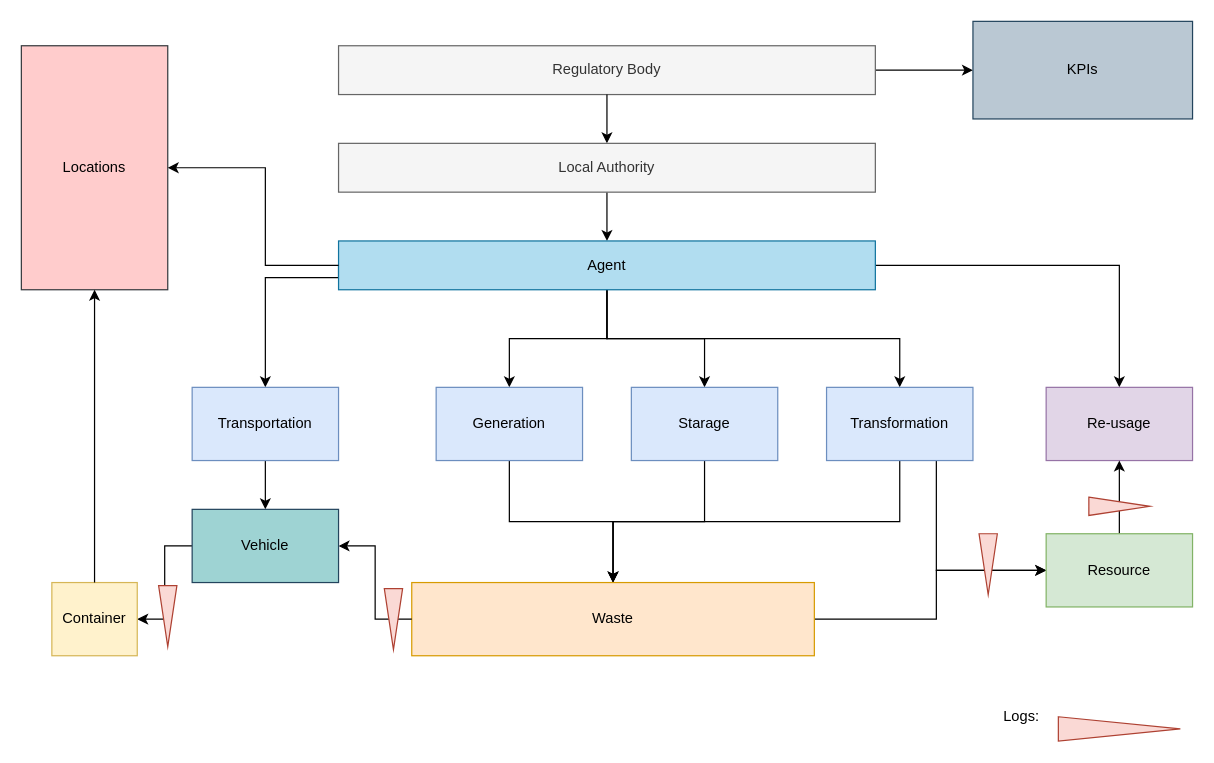
Urban-JonathanCohen/GeneralWasteDataModel keeps this draw.io diagram as TopLevelModel/General.drawio. Above is the earlier version. Source tidied: cells renumbered, new cells numbered last; positions are measured from the earlier drawing's top-left corner, leaving out a move shared by most shapes. Both pictures are drawn from the tidied source at 122%, with x=0, y=0 at pixel (21, 21).
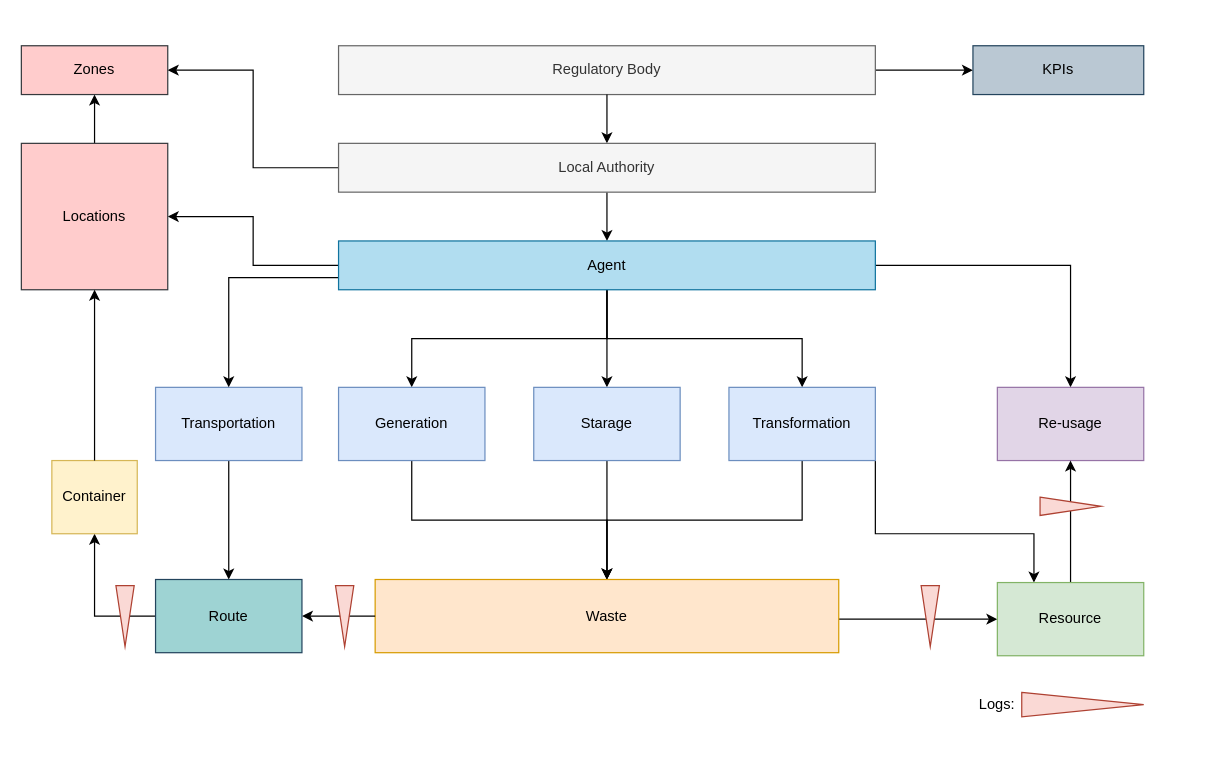
The same diagram, later.

The change refers to these unchanged cells:
```xml
<mxCell id="14" value="Local Authority" style="rounded=0;whiteSpace=wrap;html=1;fillColor=#f5f5f5;strokeColor=#666666;fontColor=#333333;" parent="1" vertex="1">
  <mxGeometry x="260" y="100" width="440" height="40" as="geometry" />
</mxCell>
<mxCell id="30" value="Agent" style="rounded=0;whiteSpace=wrap;html=1;fillColor=#b1ddf0;strokeColor=#10739e;" parent="1" vertex="1">
  <mxGeometry x="260" y="180" width="440" height="40" as="geometry" />
</mxCell>
```

Change to the diagram source:
```diff
@@
     <mxCell id="4" value="KPIs" style="rounded=0;whiteSpace=wrap;html=1;fillColor=#bac8d3;strokeColor=#23445d;" parent="1" vertex="1">
-      <mxGeometry x="780" width="180" height="80" as="geometry" />
+      <mxGeometry x="780" y="20" width="140" height="40" as="geometry" />
     </mxCell>
-    <mxCell id="5" style="edgeStyle=orthogonalEdgeStyle;rounded=0;jettySize=auto;html=1;entryX=0.5;entryY=0;entryDx=0;entryDy=0;exitX=0;exitY=0.5;exitDx=0;exitDy=0;" parent="1" edge="1" source="30" target="7">
-      <mxGeometry relative="1" as="geometry">
-        <Array as="points">
-          <mxPoint x="260" y="210" />
-          <mxPoint x="200" y="210" />
-        </Array>
-      </mxGeometry>
-    </mxCell>
@@
     <mxCell id="7" value="Transportation" style="rounded=0;whiteSpace=wrap;html=1;fillColor=#dae8fc;strokeColor=#6c8ebf;" parent="1" vertex="1">
-      <mxGeometry x="140" y="300" width="120" height="60" as="geometry" />
+      <mxGeometry x="110" y="300" width="120" height="60" as="geometry" />
     </mxCell>
@@
+    <mxCell id="41" style="edgeStyle=orthogonalEdgeStyle;rounded=0;jettySize=auto;html=1;entryX=1;entryY=0.5;entryDx=0;entryDy=0;" parent="1" edge="1" source="14" target="43">
+      <mxGeometry relative="1" as="geometry" />
+    </mxCell>
@@
+    <mxCell id="16" style="edgeStyle=orthogonalEdgeStyle;rounded=0;jettySize=auto;html=1;entryX=0.25;entryY=0;entryDx=0;entryDy=0;" parent="1" edge="1" source="17" target="27">
+      <mxGeometry relative="1" as="geometry">
+        <Array as="points">
+          <mxPoint x="700" y="420" />
+          <mxPoint x="830" y="420" />
+        </Array>
+      </mxGeometry>
+    </mxCell>
     <mxCell id="15" style="edgeStyle=orthogonalEdgeStyle;rounded=0;jettySize=auto;html=1;entryX=0.5;entryY=0;entryDx=0;entryDy=0;" parent="1" edge="1" source="17" target="25">
-      <mxGeometry relative="1" as="geometry">
-        <Array as="points">
-          <mxPoint x="720" y="410" />
-          <mxPoint x="485" y="410" />
-        </Array>
-      </mxGeometry>
+      <mxGeometry relative="1" as="geometry" />
     </mxCell>
-    <mxCell id="16" style="edgeStyle=orthogonalEdgeStyle;rounded=0;jettySize=auto;html=1;entryX=0;entryY=0.5;entryDx=0;entryDy=0;" parent="1" edge="1" source="17" target="27">
-      <mxGeometry relative="1" as="geometry">
-        <Array as="points">
-          <mxPoint x="750" y="450" />
-        </Array>
-      </mxGeometry>
-    </mxCell>
     <mxCell id="17" value="Transformation" style="rounded=0;whiteSpace=wrap;html=1;fillColor=#dae8fc;strokeColor=#6c8ebf;" parent="1" vertex="1">
-      <mxGeometry x="660" y="300" width="120" height="60" as="geometry" />
+      <mxGeometry x="580" y="300" width="120" height="60" as="geometry" />
     </mxCell>
-    <mxCell id="18" style="edgeStyle=orthogonalEdgeStyle;rounded=0;jettySize=auto;html=1;exitX=0.5;exitY=1;exitDx=0;exitDy=0;entryX=0.5;entryY=0;entryDx=0;entryDy=0;" parent="1" edge="1" source="19" target="25">
+    <mxCell id="18" style="edgeStyle=orthogonalEdgeStyle;rounded=0;jettySize=auto;html=1;entryX=0.5;entryY=0;entryDx=0;entryDy=0;" parent="1" edge="1" source="19" target="25">
       <mxGeometry relative="1" as="geometry" />
     </mxCell>
     <mxCell id="19" value="Starage" style="rounded=0;whiteSpace=wrap;html=1;fillColor=#dae8fc;strokeColor=#6c8ebf;" parent="1" vertex="1">
-      <mxGeometry x="500" y="300" width="120" height="60" as="geometry" />
+      <mxGeometry x="420" y="300" width="120" height="60" as="geometry" />
     </mxCell>
-    <mxCell id="20" style="edgeStyle=orthogonalEdgeStyle;rounded=0;jettySize=auto;html=1;exitX=0.5;exitY=1;exitDx=0;exitDy=0;entryX=0.5;entryY=0;entryDx=0;entryDy=0;" parent="1" edge="1" source="21" target="25">
+    <mxCell id="20" style="edgeStyle=orthogonalEdgeStyle;rounded=0;jettySize=auto;html=1;entryX=0.5;entryY=0;entryDx=0;entryDy=0;" parent="1" edge="1" source="21" target="25">
       <mxGeometry relative="1" as="geometry" />
     </mxCell>
     <mxCell id="21" value="Generation" style="rounded=0;whiteSpace=wrap;html=1;fillColor=#dae8fc;strokeColor=#6c8ebf;" parent="1" vertex="1">
-      <mxGeometry x="340" y="300" width="120" height="60" as="geometry" />
+      <mxGeometry x="260" y="300" width="120" height="60" as="geometry" />
     </mxCell>
     <mxCell id="22" value="Re-usage" style="rounded=0;whiteSpace=wrap;html=1;fillColor=#e1d5e7;strokeColor=#9673a6;" parent="1" vertex="1">
-      <mxGeometry x="840" y="300" width="120" height="60" as="geometry" />
+      <mxGeometry x="800" y="300" width="120" height="60" as="geometry" />
     </mxCell>
     <mxCell id="23" style="edgeStyle=orthogonalEdgeStyle;rounded=0;jettySize=auto;html=1;entryX=0;entryY=0.5;entryDx=0;entryDy=0;" parent="1" edge="1" source="25" target="27">
       <mxGeometry relative="1" as="geometry">
         <Array as="points">
-          <mxPoint x="750" y="490" />
-          <mxPoint x="750" y="450" />
+          <mxPoint x="770" y="490" />
+          <mxPoint x="770" y="490" />
         </Array>
       </mxGeometry>
     </mxCell>
@@
     <mxCell id="25" value="Waste" style="rounded=0;whiteSpace=wrap;html=1;fillColor=#ffe6cc;strokeColor=#d79b00;" parent="1" vertex="1">
-      <mxGeometry x="320" y="460" width="330" height="60" as="geometry" />
+      <mxGeometry x="290" y="457.5" width="380" height="60" as="geometry" />
     </mxCell>
@@
     <mxCell id="27" value="Resource" style="rounded=0;whiteSpace=wrap;html=1;fillColor=#d5e8d4;strokeColor=#82b366;" parent="1" vertex="1">
-      <mxGeometry x="840" y="420" width="120" height="60" as="geometry" />
+      <mxGeometry x="800" y="460" width="120" height="60" as="geometry" />
     </mxCell>
@@
     <mxCell id="29" value="Container" style="rounded=0;whiteSpace=wrap;html=1;fillColor=#fff2cc;strokeColor=#d6b656;" parent="1" vertex="1">
-      <mxGeometry x="25" y="460" width="70" height="60" as="geometry" />
+      <mxGeometry x="25" y="360" width="70" height="60" as="geometry" />
     </mxCell>
+    <mxCell id="5" style="edgeStyle=orthogonalEdgeStyle;rounded=0;jettySize=auto;html=1;exitX=0;exitY=0.75;exitDx=0;exitDy=0;entryX=0.5;entryY=0;entryDx=0;entryDy=0;" parent="1" edge="1" source="30" target="7">
+      <mxGeometry relative="1" as="geometry" />
+    </mxCell>
+    <mxCell id="39" style="edgeStyle=orthogonalEdgeStyle;rounded=0;jettySize=auto;html=1;entryX=1;entryY=0.5;entryDx=0;entryDy=0;" parent="1" edge="1" source="30" target="34">
+      <mxGeometry relative="1" as="geometry" />
+    </mxCell>
@@
     <mxCell id="31" style="triangle;whiteSpace=wrap;html=1;fillColor=#fad9d5;strokeColor=#ae4132;" parent="1" vertex="1">
-      <mxGeometry x="850" y="570" width="100" height="20" as="geometry" />
+      <mxGeometry x="820" y="550" width="100" height="20" as="geometry" />
     </mxCell>
     <mxCell id="32" value="Logs:" style="text;html=1;strokeColor=none;fillColor=none;align=center;verticalAlign=middle;whiteSpace=wrap;rounded=0;" parent="1" vertex="1">
-      <mxGeometry x="800" y="560" width="40" height="20" as="geometry" />
+      <mxGeometry x="780" y="550" width="40" height="20" as="geometry" />
     </mxCell>
-    <mxCell id="33" value="Vehicle" style="rounded=0;whiteSpace=wrap;html=1;strokeColor=#23445d;fillColor=#9ED3D3;" parent="1" vertex="1">
-      <mxGeometry x="140" y="400" width="120" height="60" as="geometry" />
+    <mxCell id="33" value="Route" style="rounded=0;whiteSpace=wrap;html=1;strokeColor=#23445d;fillColor=#9ED3D3;" parent="1" vertex="1">
+      <mxGeometry x="110" y="457.5" width="120" height="60" as="geometry" />
     </mxCell>
+    <mxCell id="42" style="edgeStyle=orthogonalEdgeStyle;rounded=0;jettySize=auto;html=1;entryX=0.5;entryY=1;entryDx=0;entryDy=0;" parent="1" edge="1" source="34" target="43">
+      <mxGeometry relative="1" as="geometry" />
+    </mxCell>
     <mxCell id="34" value="Locations" style="rounded=0;whiteSpace=wrap;html=1;fillColor=#ffcccc;strokeColor=#36393d;" parent="1" vertex="1">
-      <mxGeometry y="20" width="120" height="200" as="geometry" />
+      <mxGeometry y="100" width="120" height="120" as="geometry" />
     </mxCell>
     <mxCell id="35" style="triangle;whiteSpace=wrap;html=1;fillColor=#fad9d5;strokeColor=#ae4132;rotation=90;" parent="1" vertex="1">
-      <mxGeometry x="767.5" y="437.5" width="50" height="15" as="geometry" />
+      <mxGeometry x="720" y="480" width="50" height="15" as="geometry" />
     </mxCell>
     <mxCell id="36" style="triangle;whiteSpace=wrap;html=1;fillColor=#fad9d5;strokeColor=#ae4132;rotation=0;" parent="1" vertex="1">
-      <mxGeometry x="875" y="390" width="50" height="15" as="geometry" />
+      <mxGeometry x="835" y="390" width="50" height="15" as="geometry" />
     </mxCell>
     <mxCell id="37" style="triangle;whiteSpace=wrap;html=1;fillColor=#fad9d5;strokeColor=#ae4132;rotation=90;" parent="1" vertex="1">
-      <mxGeometry x="280" y="482.5" width="50" height="15" as="geometry" />
+      <mxGeometry x="240" y="480" width="50" height="15" as="geometry" />
     </mxCell>
     <mxCell id="38" style="triangle;whiteSpace=wrap;html=1;fillColor=#fad9d5;strokeColor=#ae4132;rotation=90;" parent="1" vertex="1">
-      <mxGeometry x="95" y="480" width="50" height="15" as="geometry" />
+      <mxGeometry x="60" y="480" width="50" height="15" as="geometry" />
     </mxCell>
-    <mxCell id="39" style="endArrow=classic;html=1;entryX=1;entryY=0.5;entryDx=0;entryDy=0;exitX=0;exitY=0.5;exitDx=0;exitDy=0;rounded=0;edgeStyle=orthogonalEdgeStyle;" parent="1" edge="1" source="30" target="34">
-      <mxGeometry relative="1" as="geometry">
-        <Array as="points">
-          <mxPoint x="200" y="200" />
-          <mxPoint x="200" y="120" />
-        </Array>
-      </mxGeometry>
-    </mxCell>
@@
+    <mxCell id="43" value="Zones" style="rounded=0;whiteSpace=wrap;html=1;fillColor=#ffcccc;strokeColor=#36393d;" parent="1" vertex="1">
+      <mxGeometry y="20" width="120" height="40" as="geometry" />
+    </mxCell>
```
